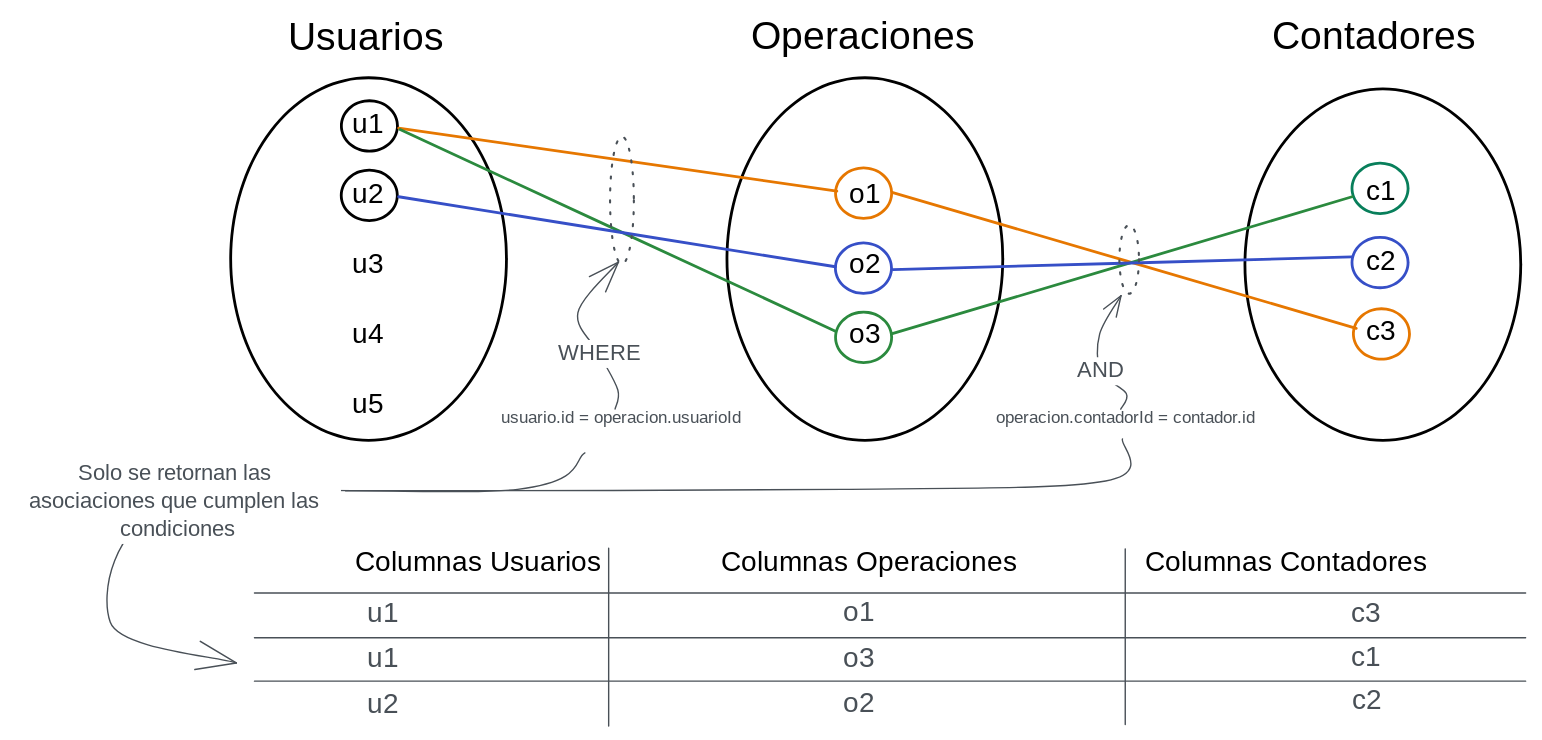
The Excalidraw diagram src/tema8/persistencia/files/img/select.excalidraw.svg in atilanof/web-ejercicios-pat, before a commit. Source tidied: one line per element, renumbered; positions are measured from the earlier drawing's top-left corner, leaving out a move shared by most shapes.
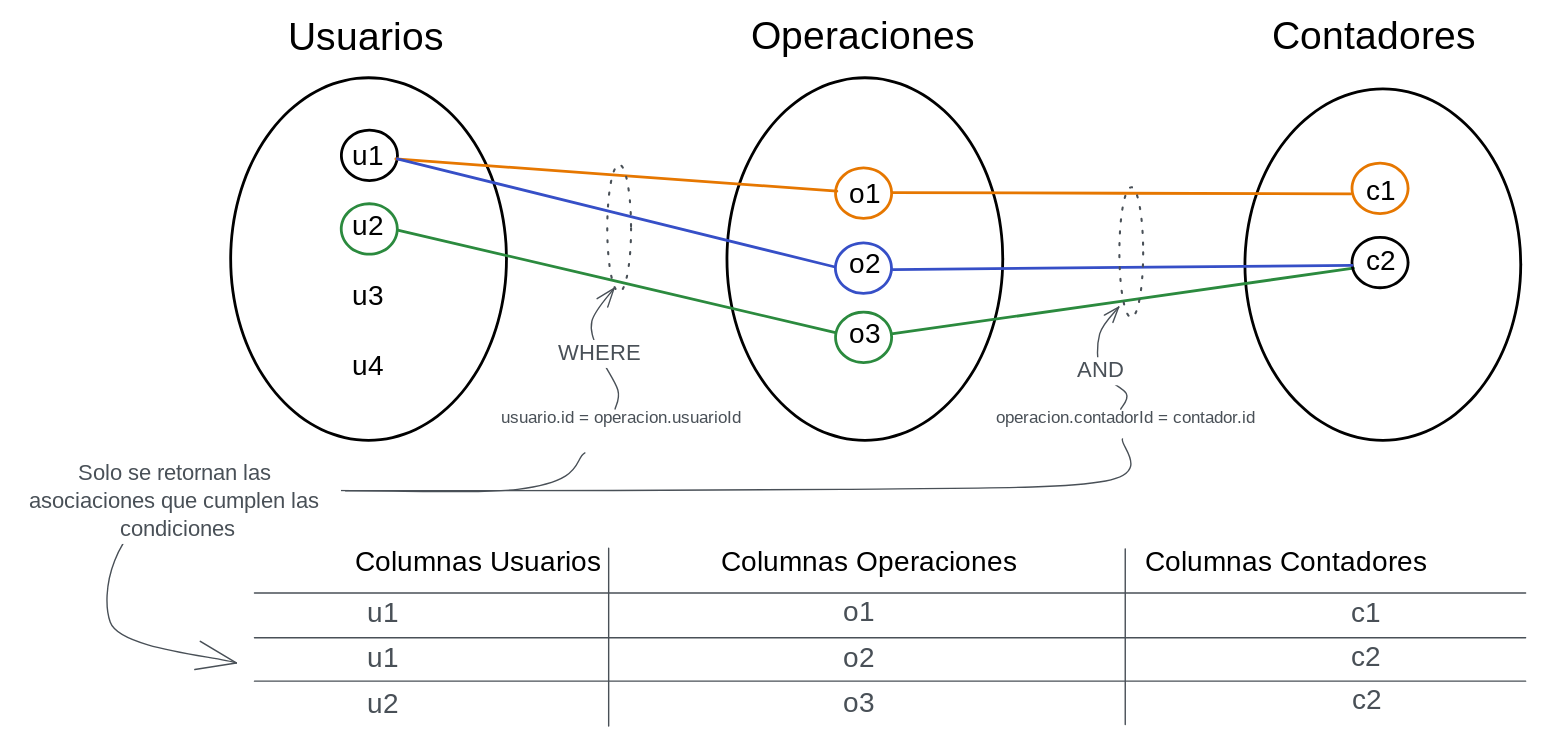
The same file after the commit.

Commit message:
Feat/sql diagrams (#25)

Diff of the diagram source:
```diff
@@ -1,34 +1,33 @@
 {"id": 0, "type": "ellipse", "strokeColor": "#000000", "strokeWidth": 2, "roughness": 0, "round": true, "x": 155, "y": 46, "width": 197, "height": 259}
 {"id": 1, "type": "text", "text": "Usuarios", "strokeColor": "#000000", "strokeWidth": 2, "roughness": 0, "fontSize": 28, "fontFamily": 1, "textAlign": "center", "x": 192, "y": 0, "width": 119, "height": 35}
-{"id": 2, "type": "text", "text": "u1\n\nu2\n\nu3\n\nu4\n\nu5", "strokeColor": "#000000", "strokeWidth": 2, "roughness": 0, "fontSize": 20, "fontFamily": 1, "textAlign": "center", "x": 240, "y": 67, "width": 26, "height": 225}
+{"id": 2, "type": "text", "text": "u1\n\nu2\n\nu3\n\nu4", "strokeColor": "#000000", "strokeWidth": 2, "roughness": 0, "fontSize": 20, "fontFamily": 1, "textAlign": "center", "x": 240, "y": 90, "width": 26, "height": 175}
 {"id": 3, "type": "ellipse", "strokeColor": "#000000", "strokeWidth": 2, "roughness": 0, "round": true, "x": 509, "y": 46, "width": 197, "height": 259}
 {"id": 4, "type": "text", "text": "Operaciones", "strokeColor": "#000000", "strokeWidth": 2, "roughness": 0, "fontSize": 28, "fontFamily": 1, "textAlign": "center", "x": 527, "y": 0, "width": 159, "height": 35}
 {"id": 5, "type": "text", "text": "o1\n\no2\n\no3", "strokeColor": "#000000", "strokeWidth": 2, "roughness": 0, "fontSize": 20, "fontFamily": 1, "textAlign": "center", "x": 595, "y": 117, "width": 25, "height": 125}
 {"id": 6, "type": "ellipse", "strokeColor": "#000000", "strokeWidth": 2, "roughness": 0, "round": true, "x": 879, "y": 54, "width": 197, "height": 251}
 {"id": 7, "type": "text", "text": "Contadores", "strokeColor": "#000000", "strokeWidth": 2, "roughness": 0, "fontSize": 28, "fontFamily": 1, "textAlign": "center", "x": 894, "y": 0, "width": 155, "height": 35}
-{"id": 8, "type": "text", "text": "c1\n\nc2\n\nc3", "strokeColor": "#000000", "strokeWidth": 2, "roughness": 0, "fontSize": 20, "fontFamily": 1, "textAlign": "center", "x": 965, "y": 115, "width": 24, "height": 125}
+{"id": 8, "type": "text", "text": "c1\n\nc2\n", "strokeColor": "#000000", "strokeWidth": 2, "roughness": 0, "fontSize": 20, "fontFamily": 1, "textAlign": "center", "x": 965, "y": 115, "width": 24, "height": 100}
 {"id": 9, "type": "ellipse", "strokeColor": "#e67700", "strokeWidth": 2, "roughness": 0, "round": true, "x": 587, "y": 110, "width": 40, "height": 36}
 {"id": 10, "type": "ellipse", "strokeColor": "#2b8a3e", "strokeWidth": 2, "roughness": 0, "round": true, "x": 587, "y": 213, "width": 40, "height": 36}
-{"id": 11, "type": "ellipse", "strokeColor": "#000000", "strokeWidth": 2, "roughness": 0, "round": true, "x": 234, "y": 62, "width": 40, "height": 36}
+{"id": 11, "type": "ellipse", "strokeColor": "#000000", "strokeWidth": 2, "roughness": 0, "round": true, "x": 234, "y": 83, "width": 40, "height": 36}
-{"id": 12, "type": "ellipse", "strokeColor": "#087f5b", "strokeWidth": 2, "roughness": 0, "round": true, "x": 956, "y": 106, "width": 40, "height": 36}
+{"id": 12, "type": "ellipse", "strokeColor": "#e67700", "strokeWidth": 2, "roughness": 0, "round": true, "x": 956, "y": 106, "width": 40, "height": 36}
-{"id": 13, "type": "ellipse", "strokeColor": "#e67700", "strokeWidth": 2, "roughness": 0, "round": true, "x": 957, "y": 210, "width": 40, "height": 36}
-{"id": 14, "type": "line", "strokeColor": "#e67700", "strokeWidth": 2, "roughness": 0, "round": true, "x": 275, "y": 82, "width": 313, "height": 45, "points": [[0, 0], [313, 45]]}
+{"id": 14, "type": "line", "strokeColor": "#e67700", "strokeWidth": 2, "roughness": 0, "round": true, "x": 273, "y": 104, "width": 315, "height": 23, "points": [[0, 0], [315, 23]]}
-{"id": 15, "type": "line", "strokeColor": "#e67700", "strokeWidth": 2, "roughness": 0, "round": true, "x": 628, "y": 128, "width": 331, "height": 97, "points": [[0, 0], [331, 97]]}
+{"id": 15, "type": "line", "strokeColor": "#e67700", "strokeWidth": 2, "roughness": 0, "round": true, "x": 628, "y": 128, "width": 327, "height": 1, "points": [[0, 0], [327, 1]]}
-{"id": 16, "type": "line", "strokeColor": "#2b8a3e", "strokeWidth": 2, "roughness": 0, "round": true, "x": 276, "y": 82, "width": 311, "height": 144, "points": [[0, 0], [311, 144]]}
+{"id": 16, "type": "line", "strokeColor": "#364fc7", "strokeWidth": 2, "roughness": 0, "round": true, "x": 274, "y": 104, "width": 312, "height": 77, "points": [[0, 0], [312, 77]]}
-{"id": 17, "type": "line", "strokeColor": "#2b8a3e", "strokeWidth": 2, "roughness": 0, "round": true, "x": 627, "y": 228, "width": 329, "height": 98, "points": [[0, 0], [329, -98]]}
+{"id": 17, "type": "line", "strokeColor": "#2b8a3e", "strokeWidth": 2, "roughness": 0, "round": true, "x": 627, "y": 228, "width": 330, "height": 47, "points": [[0, 0], [330, -47]]}
-{"id": 18, "type": "ellipse", "strokeColor": "#000000", "strokeWidth": 2, "roughness": 0, "round": true, "x": 234, "y": 112, "width": 40, "height": 36}
+{"id": 18, "type": "ellipse", "strokeColor": "#2b8a3e", "strokeWidth": 2, "roughness": 0, "round": true, "x": 234, "y": 136, "width": 40, "height": 36}
 {"id": 19, "type": "ellipse", "strokeColor": "#364fc7", "strokeWidth": 2, "roughness": 0, "round": true, "x": 587, "y": 164, "width": 40, "height": 36}
-{"id": 20, "type": "ellipse", "strokeColor": "#364fc7", "strokeWidth": 2, "roughness": 0, "round": true, "x": 956, "y": 160, "width": 40, "height": 36}
+{"id": 20, "type": "ellipse", "strokeColor": "#000000", "strokeWidth": 2, "roughness": 0, "round": true, "x": 956, "y": 160, "width": 40, "height": 36}
-{"id": 21, "type": "line", "strokeColor": "#364fc7", "strokeWidth": 2, "roughness": 0, "round": true, "x": 275, "y": 130, "width": 312, "height": 50, "points": [[0, 0], [312, 50]]}
+{"id": 21, "type": "line", "strokeColor": "#2b8a3e", "strokeWidth": 2, "roughness": 0, "round": true, "x": 275, "y": 154, "width": 312, "height": 73, "points": [[0, 0], [312, 73]]}
-{"id": 22, "type": "line", "strokeColor": "#364fc7", "strokeWidth": 2, "roughness": 0, "round": true, "x": 628, "y": 182, "width": 328, "height": 9, "points": [[0, 0], [328, -9]]}
+{"id": 22, "type": "line", "strokeColor": "#364fc7", "strokeWidth": 2, "roughness": 0, "round": true, "x": 628, "y": 182, "width": 328, "height": 3, "points": [[0, 0], [328, -3]]}
-{"id": 23, "type": "arrow", "strokeColor": "#495057", "strokeWidth": 1, "roughness": 0, "endArrowhead": "arrow", "round": true, "to": 26, "x": 429, "y": 282, "width": 29, "height": 105, "points": [[0, 0], [2, -14], [-11, -39], [-27, -69], [2, -105]]}
+{"id": 23, "type": "arrow", "strokeColor": "#495057", "strokeWidth": 1, "roughness": 0, "endArrowhead": "arrow", "round": true, "to": 26, "x": 429, "y": 282, "width": 19, "height": 86, "points": [[0, 0], [2, -14], [-11, -39], [-17, -63], [-1, -86]]}
 {"id": 24, "type": "text", "text": "WHERE", "strokeColor": "#495057", "strokeWidth": 1, "roughness": 0, "fontSize": 16, "fontFamily": 1, "textAlign": "center", "verticalAlign": "middle", "inside": 23, "x": 391, "y": 233, "width": 53, "height": 20}
 {"id": 25, "type": "text", "text": "usuario.id = operacion.usuarioId", "strokeColor": "#495057", "strokeWidth": 1, "roughness": 0, "fontSize": 12.33, "fontFamily": 3, "textAlign": "center", "x": 318, "y": 281, "width": 231, "height": 15}
-{"id": 26, "type": "ellipse", "strokeColor": "#495057", "strokeWidth": 1, "strokeStyle": "dotted", "roughness": 0, "round": true, "x": 426, "y": 88, "width": 17, "height": 91}
+{"id": 26, "type": "ellipse", "strokeColor": "#495057", "strokeWidth": 1, "strokeStyle": "dotted", "roughness": 0, "round": true, "x": 424, "y": 108, "width": 17, "height": 91}
-{"id": 27, "type": "arrow", "strokeColor": "#495057", "strokeWidth": 1, "roughness": 0, "endArrowhead": "arrow", "round": true, "to": 30, "x": 791, "y": 282, "width": 19, "height": 81, "points": [[0, 0], [4, -11], [-14, -27], [-15, -54], [0, -81]]}
+{"id": 27, "type": "arrow", "strokeColor": "#495057", "strokeWidth": 1, "roughness": 0, "endArrowhead": "arrow", "round": true, "to": 30, "x": 791, "y": 282, "width": 19, "height": 73, "points": [[0, 0], [4, -11], [-14, -27], [-15, -54], [-1, -73]]}
 {"id": 28, "type": "text", "text": "AND", "strokeColor": "#495057", "strokeWidth": 1, "roughness": 0, "fontSize": 16, "fontFamily": 1, "textAlign": "center", "verticalAlign": "middle", "inside": 27, "x": 760, "y": 245, "width": 33, "height": 20}
-{"id": 29, "type": "text", "text": "operacion.contadorId = contador.id", "strokeColor": "#495057", "strokeWidth": 1, "roughness": 0, "fontSize": 11.99, "fontFamily": 3, "textAlign": "center", "x": 674, "y": 281, "width": 239, "height": 14}
+{"id": 29, "type": "text", "text": "operacion.contadorId = contador.id", "strokeColor": "#495057", "strokeWidth": 1, "roughness": 0, "fontSize": 11.99, "fontFamily": 3, "textAlign": "center", "x": 674, "y": 281, "width": 240, "height": 14}
-{"id": 30, "type": "ellipse", "strokeColor": "#495057", "strokeWidth": 1, "strokeStyle": "dotted", "roughness": 0, "round": true, "x": 790, "y": 151, "width": 14, "height": 49}
+{"id": 30, "type": "ellipse", "strokeColor": "#495057", "strokeWidth": 1, "strokeStyle": "dotted", "roughness": 0, "round": true, "x": 790, "y": 124, "width": 17, "height": 93}
 {"id": 31, "type": "text", "text": "Columnas Usuarios               Columnas Operaciones                Columnas Contadores", "strokeColor": "#000000", "strokeWidth": 2, "roughness": 0, "fontSize": 20, "fontFamily": 1, "textAlign": "center", "x": 172, "y": 380, "width": 909, "height": 25}
 {"id": 32, "type": "line", "strokeColor": "#495057", "strokeWidth": 1, "roughness": 0, "round": true, "x": 172, "y": 414, "width": 908, "height": 0, "points": [[0, 0], [908, 0]]}
 {"id": 33, "type": "line", "strokeColor": "#495057", "strokeWidth": 1, "roughness": 0, "round": true, "x": 172, "y": 476, "width": 908, "height": 0, "points": [[0, 0], [908, 0]]}
@@ -39,10 +38,10 @@
 {"id": 38, "type": "text", "text": "u1", "strokeColor": "#495057", "strokeWidth": 1, "roughness": 0, "fontSize": 20, "fontFamily": 3, "textAlign": "center", "x": 252, "y": 448, "width": 23, "height": 24}
 {"id": 39, "type": "text", "text": "u2", "strokeColor": "#495057", "strokeWidth": 1, "roughness": 0, "fontSize": 20, "fontFamily": 3, "textAlign": "center", "x": 252, "y": 482, "width": 23, "height": 24}
 {"id": 40, "type": "text", "text": "o1", "strokeColor": "#495057", "strokeWidth": 1, "roughness": 0, "fontSize": 20, "fontFamily": 3, "textAlign": "center", "x": 592, "y": 416, "width": 23, "height": 24}
-{"id": 41, "type": "text", "text": "o3", "strokeColor": "#495057", "strokeWidth": 1, "roughness": 0, "fontSize": 20, "fontFamily": 3, "textAlign": "center", "x": 592, "y": 448, "width": 23, "height": 24}
+{"id": 41, "type": "text", "text": "o2", "strokeColor": "#495057", "strokeWidth": 1, "roughness": 0, "fontSize": 20, "fontFamily": 3, "textAlign": "center", "x": 592, "y": 448, "width": 23, "height": 24}
-{"id": 42, "type": "text", "text": "o2", "strokeColor": "#495057", "strokeWidth": 1, "roughness": 0, "fontSize": 20, "fontFamily": 3, "textAlign": "center", "x": 592, "y": 480, "width": 23, "height": 24}
+{"id": 42, "type": "text", "text": "o3", "strokeColor": "#495057", "strokeWidth": 1, "roughness": 0, "fontSize": 20, "fontFamily": 3, "textAlign": "center", "x": 592, "y": 480, "width": 23, "height": 24}
-{"id": 43, "type": "text", "text": "c3", "strokeColor": "#495057", "strokeWidth": 1, "roughness": 0, "fontSize": 20, "fontFamily": 3, "textAlign": "center", "x": 954, "y": 416, "width": 23, "height": 24}
+{"id": 43, "type": "text", "text": "c1", "strokeColor": "#495057", "strokeWidth": 1, "roughness": 0, "fontSize": 20, "fontFamily": 3, "textAlign": "center", "x": 954, "y": 416, "width": 23, "height": 24}
-{"id": 44, "type": "text", "text": "c1", "strokeColor": "#495057", "strokeWidth": 1, "roughness": 0, "fontSize": 20, "fontFamily": 3, "textAlign": "center", "x": 954, "y": 448, "width": 23, "height": 24}
+{"id": 44, "type": "text", "text": "c2", "strokeColor": "#495057", "strokeWidth": 1, "roughness": 0, "fontSize": 20, "fontFamily": 3, "textAlign": "center", "x": 954, "y": 448, "width": 23, "height": 24}
 {"id": 45, "type": "text", "text": "c2", "strokeColor": "#495057", "strokeWidth": 1, "roughness": 0, "fontSize": 20, "fontFamily": 3, "textAlign": "center", "x": 955, "y": 478, "width": 23, "height": 24}
 {"id": 46, "type": "arrow", "strokeColor": "#495057", "strokeWidth": 1, "roughness": 0, "endArrowhead": "arrow", "round": true, "x": 408, "y": 314, "width": 339, "height": 150, "points": [[0, 0], [-48, 26], [-291, 35], [-339, 121], [-249, 150]]}
 {"id": 47, "type": "text", "text": "Solo se retornan las \nasociaciones que cumplen las \ncondiciones", "strokeColor": "#495057", "strokeWidth": 1, "roughness": 0, "fontSize": 16, "fontFamily": 1, "textAlign": "center", "verticalAlign": "middle", "inside": 46, "x": 0, "y": 318, "width": 234, "height": 60}
```
